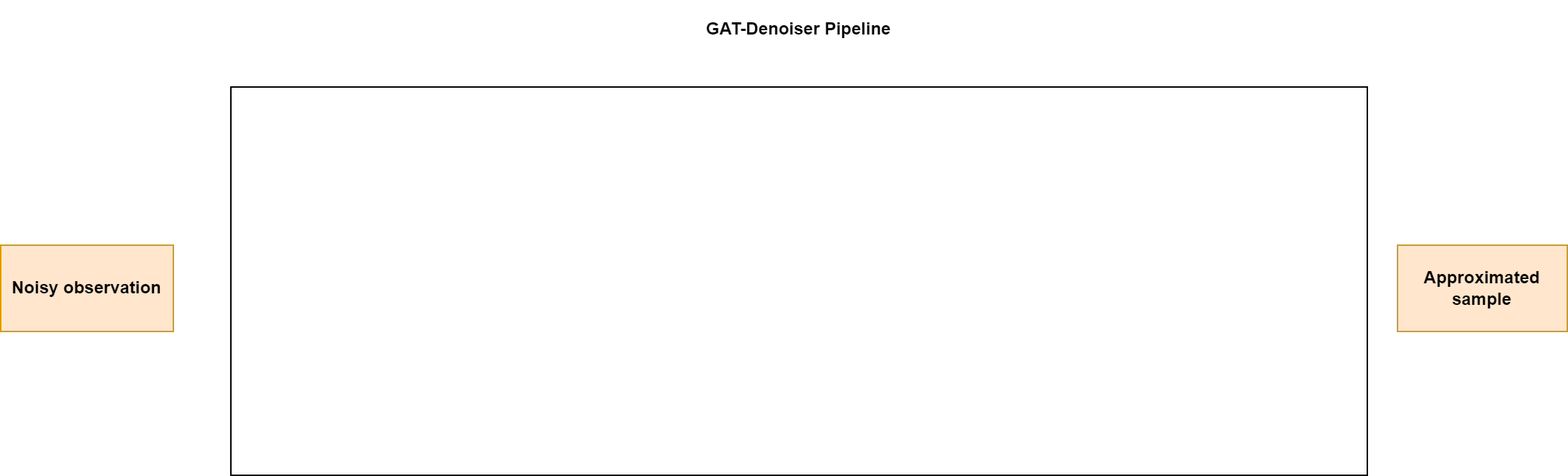
The draw.io diagram documentation/ThesisPresentation/Figures/Overall_GAT-Denoiser_Pipeline_3.drawio.png in cedricmendelin/master-thesis, before a commit. Source tidied: cells renumbered, new cells last; positions are measured from the earlier drawing's top-left corner, leaving out a move shared by most shapes.
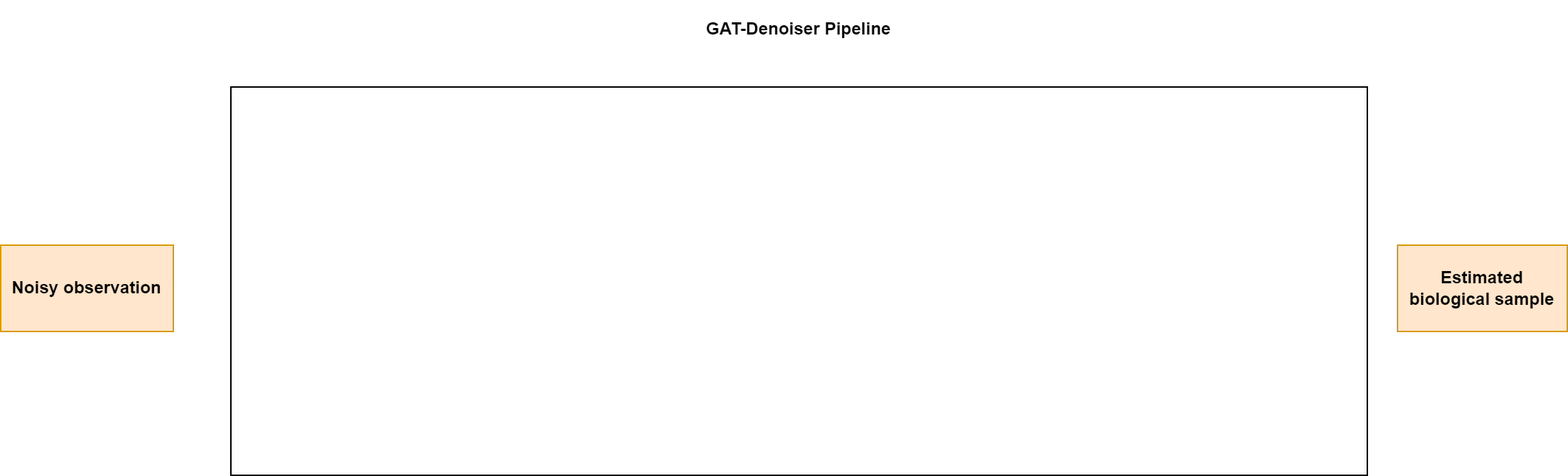
After the change.

What changed in the source:
```diff
@@ -8,7 +8,7 @@
     <mxCell id="3" value="Noisy observation" style="rounded=0;whiteSpace=wrap;html=1;fillColor=#ffe6cc;strokeColor=#d79b00;fontStyle=1;" parent="1" vertex="1">
       <mxGeometry y="170" width="120" height="60" as="geometry" />
     </mxCell>
-    <mxCell id="4" value="Approximated&lt;br&gt;sample" style="rounded=0;whiteSpace=wrap;html=1;fillColor=#ffe6cc;strokeColor=#d79b00;fontStyle=1;" parent="1" vertex="1">
+    <mxCell id="4" value="Estimated biological sample" style="rounded=0;whiteSpace=wrap;html=1;fillColor=#ffe6cc;strokeColor=#d79b00;fontStyle=1;" parent="1" vertex="1">
       <mxGeometry x="971" y="170" width="118" height="60" as="geometry" />
     </mxCell>
     <mxCell id="5" value="GAT-Denoiser Pipeline" style="text;html=1;strokeColor=none;fillColor=none;align=center;verticalAlign=middle;whiteSpace=wrap;rounded=0;fontStyle=1;" parent="1" vertex="1">
```
